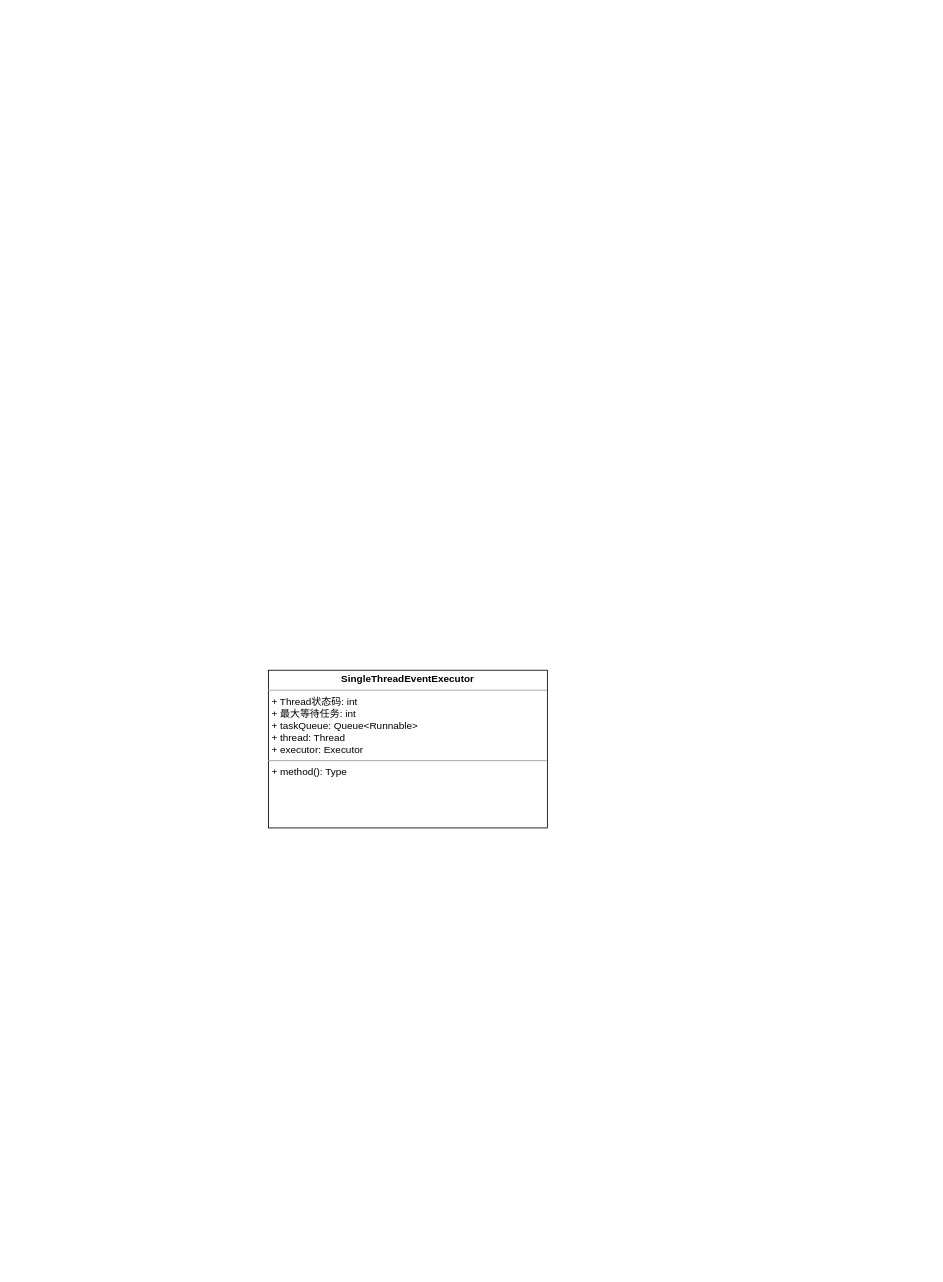
This is netty.drawio from Echidnaaa/draw, a draw.io file, before an edit. Source tidied: cells renumbered, new cells numbered last; positions are measured from the earlier drawing's top-left corner, leaving out a move shared by most shapes. Both pictures are drawn from the tidied source at 83%, with x=0, y=0 at pixel (268, 670).
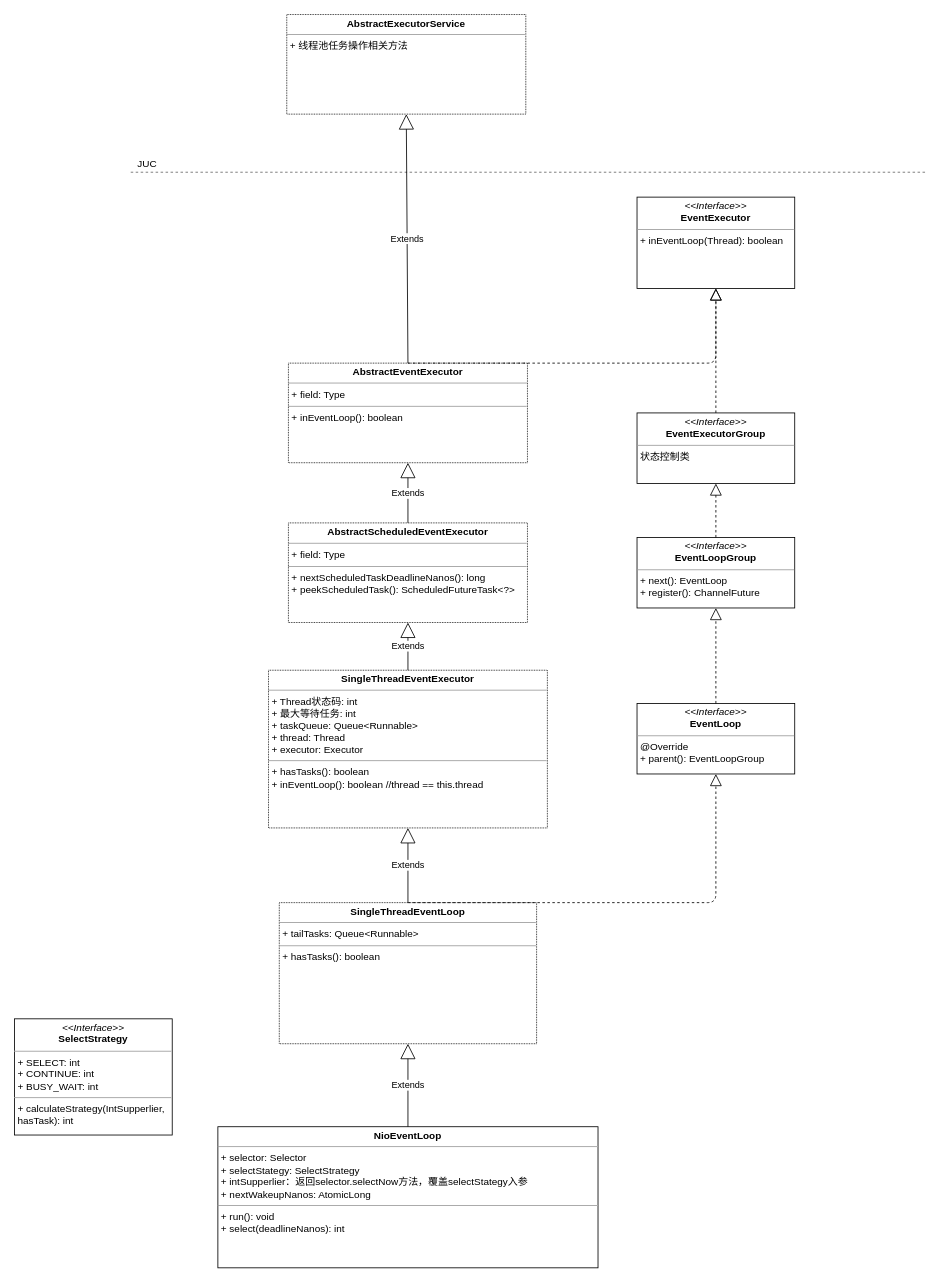
The same page after the edit.

What changed in the source:
```diff
@@
-    <mxCell id="2" value="&lt;p style=&quot;margin: 0px ; margin-top: 4px ; text-align: center&quot;&gt;&lt;b&gt;SingleThreadEventExecutor&lt;/b&gt;&lt;/p&gt;&lt;hr size=&quot;1&quot;&gt;&lt;p style=&quot;margin: 0px ; margin-left: 4px&quot;&gt;+ Thread状态码: int&lt;/p&gt;&lt;p style=&quot;margin: 0px ; margin-left: 4px&quot;&gt;+ 最大等待任务: int&lt;/p&gt;&lt;p style=&quot;margin: 0px ; margin-left: 4px&quot;&gt;+ taskQueue: Queue&amp;lt;Runnable&amp;gt;&lt;/p&gt;&lt;p style=&quot;margin: 0px ; margin-left: 4px&quot;&gt;+ thread: Thread&lt;/p&gt;&lt;p style=&quot;margin: 0px ; margin-left: 4px&quot;&gt;+ executor: Executor&lt;/p&gt;&lt;hr size=&quot;1&quot;&gt;&lt;p style=&quot;margin: 0px ; margin-left: 4px&quot;&gt;+ method(): Type&lt;/p&gt;" style="verticalAlign=top;align=left;overflow=fill;fontSize=12;fontFamily=Helvetica;html=1;" parent="1" vertex="1">
+    <mxCell id="2" value="&lt;p style=&quot;margin: 0px ; margin-top: 4px ; text-align: center&quot;&gt;&lt;b&gt;SingleThreadEventExecutor&lt;/b&gt;&lt;/p&gt;&lt;hr size=&quot;1&quot;&gt;&lt;p style=&quot;margin: 0px ; margin-left: 4px&quot;&gt;+ Thread状态码: int&lt;/p&gt;&lt;p style=&quot;margin: 0px ; margin-left: 4px&quot;&gt;+ 最大等待任务: int&lt;/p&gt;&lt;p style=&quot;margin: 0px ; margin-left: 4px&quot;&gt;+ taskQueue: Queue&amp;lt;Runnable&amp;gt;&lt;/p&gt;&lt;p style=&quot;margin: 0px ; margin-left: 4px&quot;&gt;+ thread: Thread&lt;/p&gt;&lt;p style=&quot;margin: 0px ; margin-left: 4px&quot;&gt;+ executor: Executor&lt;/p&gt;&lt;hr size=&quot;1&quot;&gt;&lt;p style=&quot;margin: 0px ; margin-left: 4px&quot;&gt;+ hasTasks(): boolean&lt;/p&gt;&lt;p style=&quot;margin: 0px ; margin-left: 4px&quot;&gt;+ inEventLoop(): boolean //thread == this.thread&lt;/p&gt;" style="verticalAlign=top;align=left;overflow=fill;fontSize=12;fontFamily=Helvetica;html=1;dashed=1;dashPattern=1 1;" parent="1" vertex="1">
       <mxGeometry width="336" height="190" as="geometry" />
     </mxCell>
+    <mxCell id="3" value="&lt;p style=&quot;margin: 0px ; margin-top: 4px ; text-align: center&quot;&gt;&lt;b&gt;SingleThreadEventLoop&lt;/b&gt;&lt;/p&gt;&lt;hr size=&quot;1&quot;&gt;&lt;p style=&quot;margin: 0px ; margin-left: 4px&quot;&gt;+ tailTasks: Queue&amp;lt;Runnable&amp;gt;&lt;/p&gt;&lt;hr size=&quot;1&quot;&gt;&lt;p style=&quot;margin: 0px ; margin-left: 4px&quot;&gt;+ hasTasks(): boolean&lt;/p&gt;" style="verticalAlign=top;align=left;overflow=fill;fontSize=12;fontFamily=Helvetica;html=1;dashed=1;dashPattern=1 1;" parent="1" vertex="1">
+      <mxGeometry x="13" y="280" width="310" height="170" as="geometry" />
+    </mxCell>
+    <mxCell id="4" value="&lt;p style=&quot;margin: 0px ; margin-top: 4px ; text-align: center&quot;&gt;&lt;i&gt;&amp;lt;&amp;lt;Interface&amp;gt;&amp;gt;&lt;/i&gt;&lt;br&gt;&lt;b&gt;EventLoop&lt;/b&gt;&lt;/p&gt;&lt;hr size=&quot;1&quot;&gt;&lt;p style=&quot;margin: 0px ; margin-left: 4px&quot;&gt;&lt;/p&gt;&lt;p style=&quot;margin: 0px ; margin-left: 4px&quot;&gt;@Override&lt;/p&gt;&lt;p style=&quot;margin: 0px ; margin-left: 4px&quot;&gt;+ parent(): EventLoopGroup&lt;br&gt;&lt;br&gt;&lt;/p&gt;" style="verticalAlign=top;align=left;overflow=fill;fontSize=12;fontFamily=Helvetica;html=1;" parent="1" vertex="1">
+      <mxGeometry x="444" y="40" width="190" height="85" as="geometry" />
+    </mxCell>
+    <mxCell id="5" value="&lt;p style=&quot;margin: 0px ; margin-top: 4px ; text-align: center&quot;&gt;&lt;i&gt;&amp;lt;&amp;lt;Interface&amp;gt;&amp;gt;&lt;/i&gt;&lt;br&gt;&lt;b&gt;EventLoopGroup&lt;/b&gt;&lt;/p&gt;&lt;hr size=&quot;1&quot;&gt;&lt;p style=&quot;margin: 0px ; margin-left: 4px&quot;&gt;&lt;/p&gt;&lt;p style=&quot;margin: 0px ; margin-left: 4px&quot;&gt;&lt;span&gt;+ next(): EventLoop&lt;/span&gt;&lt;br&gt;&lt;/p&gt;&lt;p style=&quot;margin: 0px ; margin-left: 4px&quot;&gt;&lt;span&gt;+ register(): ChannelFuture&lt;/span&gt;&lt;/p&gt;&lt;p style=&quot;margin: 0px ; margin-left: 4px&quot;&gt;&lt;br&gt;&lt;/p&gt;" style="verticalAlign=top;align=left;overflow=fill;fontSize=12;fontFamily=Helvetica;html=1;" parent="1" vertex="1">
+      <mxGeometry x="444" y="-160" width="190" height="85" as="geometry" />
+    </mxCell>
+    <mxCell id="6" value="&lt;p style=&quot;margin: 0px ; margin-top: 4px ; text-align: center&quot;&gt;&lt;i&gt;&amp;lt;&amp;lt;Interface&amp;gt;&amp;gt;&lt;/i&gt;&lt;br&gt;&lt;b&gt;EventExecutorGroup&lt;/b&gt;&lt;/p&gt;&lt;hr size=&quot;1&quot;&gt;&lt;p style=&quot;margin: 0px ; margin-left: 4px&quot;&gt;&lt;/p&gt;&lt;p style=&quot;margin: 0px ; margin-left: 4px&quot;&gt;状态控制类&lt;/p&gt;&lt;p style=&quot;margin: 0px ; margin-left: 4px&quot;&gt;&lt;br&gt;&lt;/p&gt;" style="verticalAlign=top;align=left;overflow=fill;fontSize=12;fontFamily=Helvetica;html=1;" parent="1" vertex="1">
+      <mxGeometry x="444" y="-310" width="190" height="85" as="geometry" />
+    </mxCell>
+    <mxCell id="7" value="Extends" style="endArrow=block;endSize=16;endFill=0;html=1;exitX=0.5;exitY=0;exitDx=0;exitDy=0;entryX=0.5;entryY=1;entryDx=0;entryDy=0;" parent="1" edge="1" source="3" target="2">
+      <mxGeometry relative="1" as="geometry" />
+    </mxCell>
+    <mxCell id="8" style="endArrow=block;dashed=1;endFill=0;endSize=12;html=1;exitX=0.5;exitY=0;exitDx=0;exitDy=0;entryX=0.5;entryY=1;entryDx=0;entryDy=0;" parent="1" edge="1" source="3" target="4">
+      <mxGeometry relative="1" as="geometry">
+        <Array as="points">
+          <mxPoint x="539" y="280" />
+        </Array>
+      </mxGeometry>
+    </mxCell>
+    <mxCell id="9" style="endArrow=block;dashed=1;endFill=0;endSize=12;html=1;exitX=0.5;exitY=0;exitDx=0;exitDy=0;entryX=0.5;entryY=1;entryDx=0;entryDy=0;" parent="1" edge="1" source="4" target="5">
+      <mxGeometry relative="1" as="geometry" />
+    </mxCell>
+    <mxCell id="10" value="&lt;p style=&quot;margin: 0px ; margin-top: 4px ; text-align: center&quot;&gt;&lt;b&gt;NioEventLoop&lt;/b&gt;&lt;/p&gt;&lt;hr size=&quot;1&quot;&gt;&lt;p style=&quot;margin: 0px ; margin-left: 4px&quot;&gt;+ selector: Selector&lt;/p&gt;&lt;p style=&quot;margin: 0px ; margin-left: 4px&quot;&gt;+ selectStategy: SelectStrategy&lt;/p&gt;&lt;p style=&quot;margin: 0px ; margin-left: 4px&quot;&gt;+ intSupperlier：返回selector.selectNow方法，覆盖selectStategy入参&lt;/p&gt;&lt;p style=&quot;margin: 0px ; margin-left: 4px&quot;&gt;+ nextWakeupNanos: AtomicLong&lt;/p&gt;&lt;hr size=&quot;1&quot;&gt;&lt;p style=&quot;margin: 0px ; margin-left: 4px&quot;&gt;+ run(): void&lt;/p&gt;&lt;p style=&quot;margin: 0px ; margin-left: 4px&quot;&gt;+ select(deadlineNanos): int&lt;/p&gt;" style="verticalAlign=top;align=left;overflow=fill;fontSize=12;fontFamily=Helvetica;html=1;" parent="1" vertex="1">
+      <mxGeometry x="-61" y="550" width="458" height="170" as="geometry" />
+    </mxCell>
+    <mxCell id="11" value="Extends" style="endArrow=block;endSize=16;endFill=0;html=1;exitX=0.5;exitY=0;exitDx=0;exitDy=0;entryX=0.5;entryY=1;entryDx=0;entryDy=0;" parent="1" edge="1" source="10" target="3">
+      <mxGeometry relative="1" as="geometry" />
+    </mxCell>
+    <mxCell id="12" value="&lt;p style=&quot;margin: 0px ; margin-top: 4px ; text-align: center&quot;&gt;&lt;i&gt;&amp;lt;&amp;lt;Interface&amp;gt;&amp;gt;&lt;/i&gt;&lt;br&gt;&lt;b&gt;SelectStrategy&lt;/b&gt;&lt;/p&gt;&lt;hr size=&quot;1&quot;&gt;&lt;p style=&quot;margin: 0px ; margin-left: 4px&quot;&gt;+ SELECT: int&lt;br&gt;+ CONTINUE: int&lt;/p&gt;&lt;p style=&quot;margin: 0px ; margin-left: 4px&quot;&gt;+ BUSY_WAIT: int&lt;/p&gt;&lt;hr size=&quot;1&quot;&gt;&lt;p style=&quot;margin: 0px ; margin-left: 4px&quot;&gt;+ calculateStrategy(IntSupperlier,&lt;/p&gt;&lt;p style=&quot;margin: 0px ; margin-left: 4px&quot;&gt;hasTask): int&lt;br&gt;&lt;/p&gt;" style="verticalAlign=top;align=left;overflow=fill;fontSize=12;fontFamily=Helvetica;html=1;" parent="1" vertex="1">
+      <mxGeometry x="-306" y="420" width="190" height="140" as="geometry" />
+    </mxCell>
+    <mxCell id="13" value="&lt;p style=&quot;margin: 0px ; margin-top: 4px ; text-align: center&quot;&gt;&lt;b&gt;AbstractScheduledEventExecutor&lt;/b&gt;&lt;/p&gt;&lt;hr size=&quot;1&quot;&gt;&lt;p style=&quot;margin: 0px ; margin-left: 4px&quot;&gt;+ field: Type&lt;/p&gt;&lt;hr size=&quot;1&quot;&gt;&lt;p style=&quot;margin: 0px ; margin-left: 4px&quot;&gt;+ nextScheduledTaskDeadlineNanos(): long&lt;/p&gt;&lt;p style=&quot;margin: 0px ; margin-left: 4px&quot;&gt;+ peekScheduledTask(): ScheduledFutureTask&amp;lt;?&amp;gt;&lt;/p&gt;" style="verticalAlign=top;align=left;overflow=fill;fontSize=12;fontFamily=Helvetica;html=1;dashed=1;dashPattern=1 1;" parent="1" vertex="1">
+      <mxGeometry x="24" y="-177.5" width="288" height="120" as="geometry" />
+    </mxCell>
+    <mxCell id="14" value="&lt;p style=&quot;margin: 0px ; margin-top: 4px ; text-align: center&quot;&gt;&lt;b&gt;AbstractEventExecutor&lt;/b&gt;&lt;/p&gt;&lt;hr size=&quot;1&quot;&gt;&lt;p style=&quot;margin: 0px ; margin-left: 4px&quot;&gt;+ field: Type&lt;/p&gt;&lt;hr size=&quot;1&quot;&gt;&lt;p style=&quot;margin: 0px ; margin-left: 4px&quot;&gt;+ inEventLoop(): boolean&lt;/p&gt;" style="verticalAlign=top;align=left;overflow=fill;fontSize=12;fontFamily=Helvetica;html=1;dashed=1;dashPattern=1 1;" parent="1" vertex="1">
+      <mxGeometry x="24" y="-370" width="288" height="120" as="geometry" />
+    </mxCell>
+    <mxCell id="15" value="&lt;p style=&quot;margin: 0px ; margin-top: 4px ; text-align: center&quot;&gt;&lt;i&gt;&amp;lt;&amp;lt;Interface&amp;gt;&amp;gt;&lt;/i&gt;&lt;br&gt;&lt;b&gt;EventExecutor&lt;/b&gt;&lt;/p&gt;&lt;hr size=&quot;1&quot;&gt;&lt;p style=&quot;margin: 0px ; margin-left: 4px&quot;&gt;+ inEventLoop(Thread): boolean&lt;br&gt;&lt;/p&gt;" style="verticalAlign=top;align=left;overflow=fill;fontSize=12;fontFamily=Helvetica;html=1;" parent="1" vertex="1">
+      <mxGeometry x="444" y="-570" width="190" height="110" as="geometry" />
+    </mxCell>
+    <mxCell id="16" value="&lt;p style=&quot;margin: 0px ; margin-top: 4px ; text-align: center&quot;&gt;&lt;b&gt;AbstractExecutorService&lt;/b&gt;&lt;/p&gt;&lt;hr size=&quot;1&quot;&gt;&lt;p style=&quot;margin: 0px ; margin-left: 4px&quot;&gt;+ 线程池任务操作相关方法&lt;/p&gt;" style="verticalAlign=top;align=left;overflow=fill;fontSize=12;fontFamily=Helvetica;html=1;dashed=1;dashPattern=1 1;" parent="1" vertex="1">
+      <mxGeometry x="22" y="-790" width="288" height="120" as="geometry" />
+    </mxCell>
+    <mxCell id="17" style="endArrow=none;dashed=1;html=1;fillColor=#f5f5f5;strokeColor=#666666;" parent="1" edge="1">
+      <mxGeometry relative="1" as="geometry">
+        <mxPoint x="-166" y="-600" as="sourcePoint" />
+        <mxPoint x="794" y="-600" as="targetPoint" />
+      </mxGeometry>
+    </mxCell>
+    <mxCell id="18" value="JUC" style="text;html=1;strokeColor=none;fillColor=none;align=center;verticalAlign=middle;whiteSpace=wrap;rounded=0;" parent="1" vertex="1">
+      <mxGeometry x="-166" y="-620" width="40" height="20" as="geometry" />
+    </mxCell>
+    <mxCell id="19" value="Extends" style="endArrow=block;endSize=16;endFill=0;html=1;exitX=0.5;exitY=0;exitDx=0;exitDy=0;entryX=0.5;entryY=1;entryDx=0;entryDy=0;" parent="1" edge="1" source="14" target="16">
+      <mxGeometry relative="1" as="geometry" />
+    </mxCell>
+    <mxCell id="20" value="Extends" style="endArrow=block;endSize=16;endFill=0;html=1;exitX=0.5;exitY=0;exitDx=0;exitDy=0;entryX=0.5;entryY=1;entryDx=0;entryDy=0;" parent="1" edge="1" source="2" target="13">
+      <mxGeometry relative="1" as="geometry" />
+    </mxCell>
+    <mxCell id="21" value="Extends" style="endArrow=block;endSize=16;endFill=0;html=1;exitX=0.5;exitY=0;exitDx=0;exitDy=0;entryX=0.5;entryY=1;entryDx=0;entryDy=0;" parent="1" edge="1" source="13" target="14">
+      <mxGeometry relative="1" as="geometry" />
+    </mxCell>
+    <mxCell id="22" style="endArrow=block;dashed=1;endFill=0;endSize=12;html=1;exitX=0.5;exitY=0;exitDx=0;exitDy=0;entryX=0.5;entryY=1;entryDx=0;entryDy=0;" parent="1" edge="1" source="14" target="15">
+      <mxGeometry relative="1" as="geometry">
+        <Array as="points">
+          <mxPoint x="539" y="-370" />
+        </Array>
+      </mxGeometry>
+    </mxCell>
+    <mxCell id="23" style="endArrow=block;dashed=1;endFill=0;endSize=12;html=1;exitX=0.5;exitY=0;exitDx=0;exitDy=0;entryX=0.5;entryY=1;entryDx=0;entryDy=0;" parent="1" edge="1" source="5" target="6">
+      <mxGeometry relative="1" as="geometry" />
+    </mxCell>
+    <mxCell id="24" style="endArrow=block;dashed=1;endFill=0;endSize=12;html=1;exitX=0.5;exitY=0;exitDx=0;exitDy=0;entryX=0.5;entryY=1;entryDx=0;entryDy=0;" parent="1" edge="1" source="6" target="15">
+      <mxGeometry relative="1" as="geometry" />
+    </mxCell>
```
